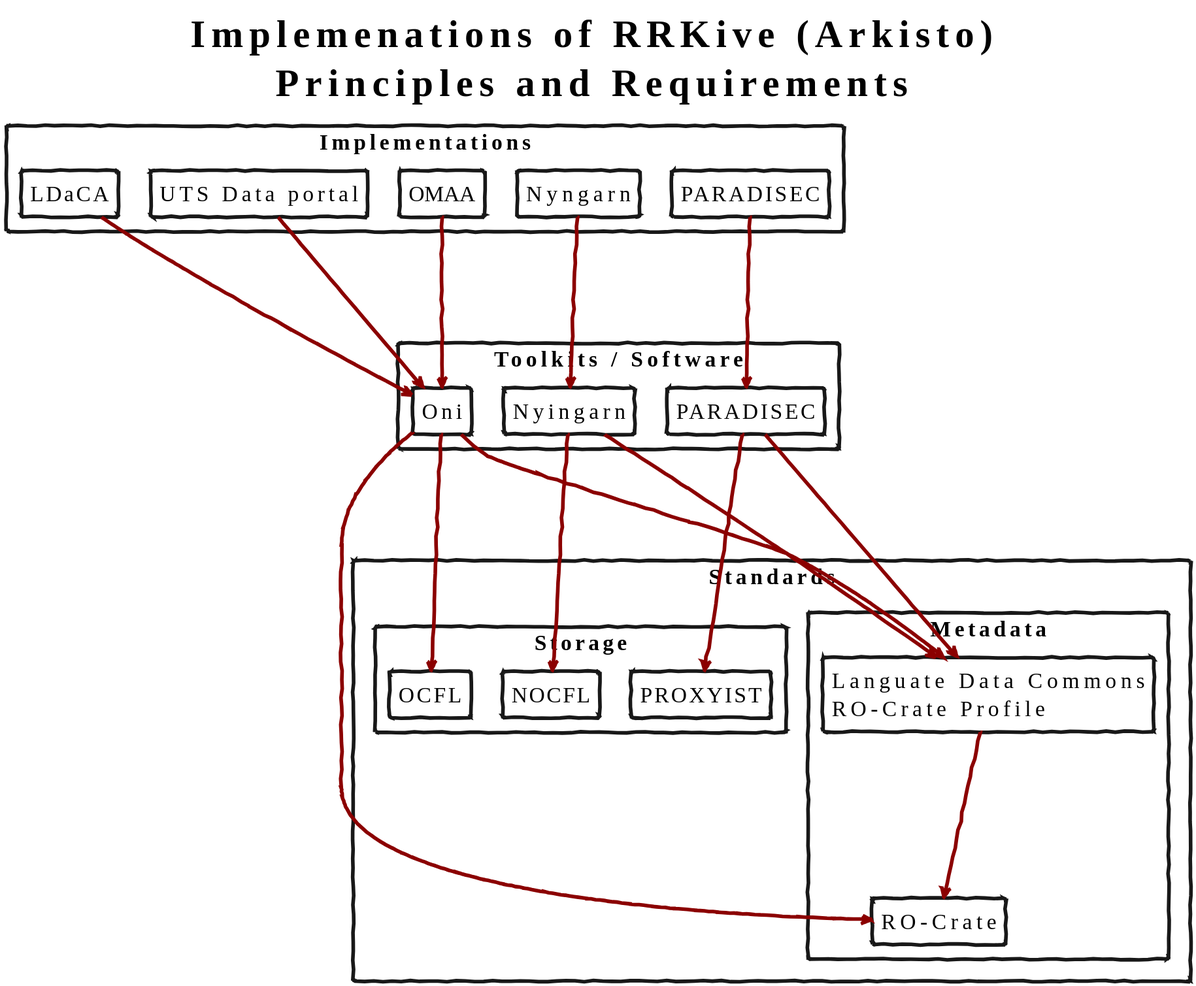
The PlantUML diagram arkisto/rrkive-implementations.svg in Language-Research-Technology/plantuml-diagrams, before a commit.
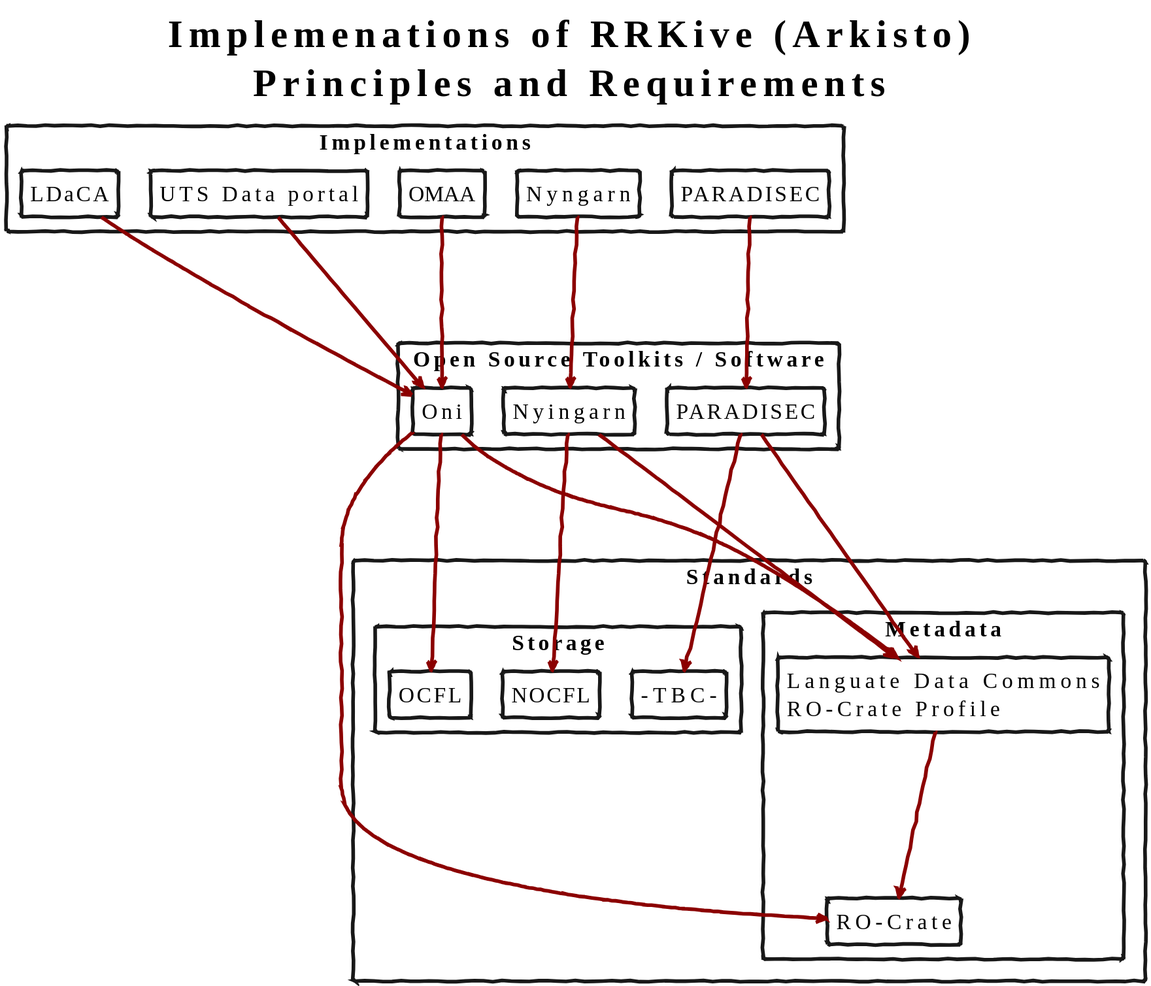
Above is the later version.

Diff of the diagram source:
```diff
@@ -10,7 +10,7 @@
 }
 
 
-rectangle "Toolkits / Software" {
+rectangle "Open Source Toolkits / Software" {
  rectangle "Oni" as oni
  rectangle "PARADISEC" as para
  rectangle "Nyingarn" as ny
@@ -39,7 +39,7 @@
     rectangle "NOCFL" {
 
     }
-    rectangle "PROXYIST" as pr {
+    rectangle "-TBC-" as pr {
 
     }
 }
```
